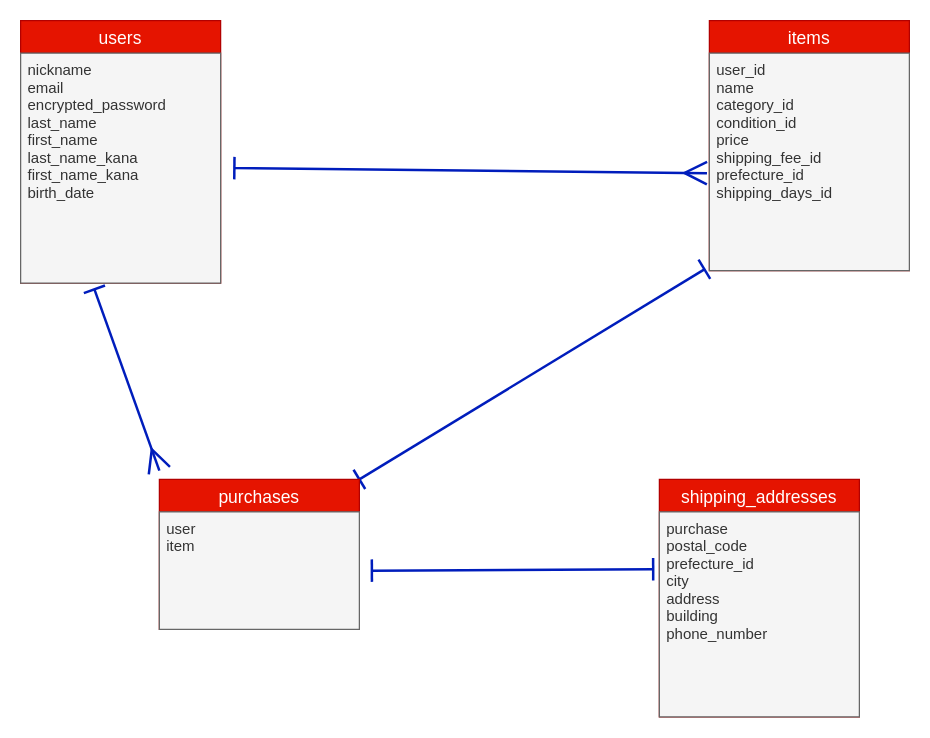
tomekichi49/furima-40920 keeps this draw.io diagram as ertest.dio. Above is the earlier version. Source tidied: cells renumbered, new cells numbered last; positions are measured from the earlier drawing's top-left corner, leaving out a move shared by most shapes. Both pictures are drawn from the tidied source at 125%, with x=0, y=0 at pixel (20, 20).
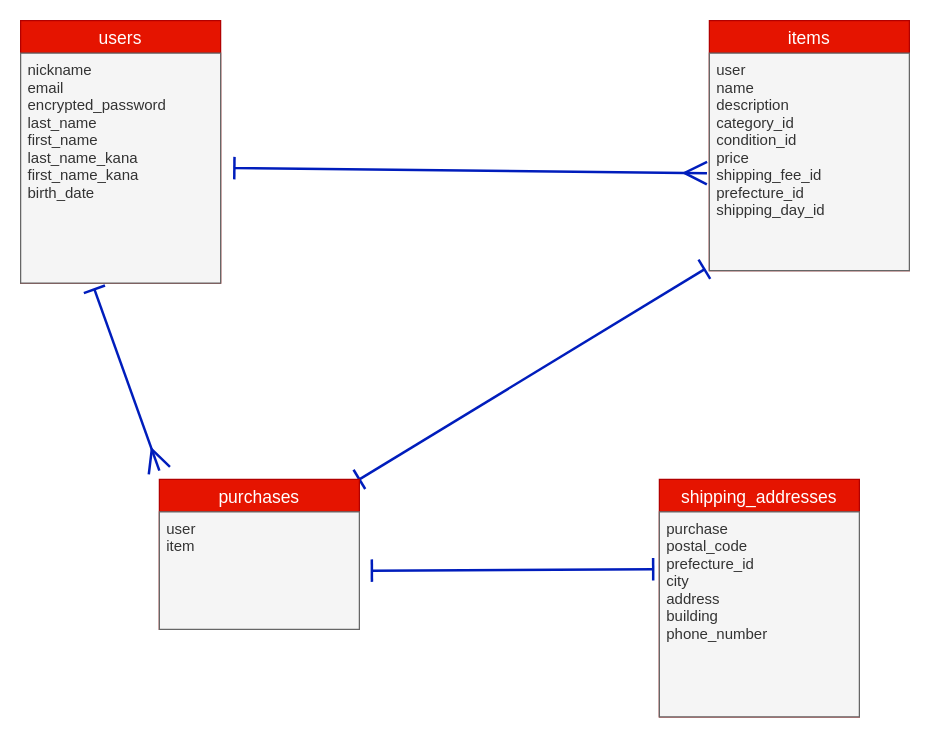
Above is the later version.

Commit message (it also covers changes not shown here):
データベース設計2

What changed in the source:
```diff
@@
 <mxGraphModel>
   <root>
     <mxCell id="0" />
     <mxCell id="1" parent="0" />
     <mxCell id="2" value="users" style="swimlane;fontStyle=0;horizontal=1;startSize=26;align=center;fontSize=14;fillColor=#e51400;fontColor=#ffffff;strokeColor=#B20000;" parent="1" vertex="1">
       <mxGeometry width="160" height="210" as="geometry" />
     </mxCell>
     <mxCell id="3" value="nickname&#10;email&#10;encrypted_password&#10;last_name&#10;first_name&#10;last_name_kana&#10;first_name_kana&#10;birth_date&#10;&#10;&#10;&#10;&#10;" style="text;spacingLeft=4;spacingRight=4;overflow=hidden;points=[[0,0.5],[1,0.5]];portConstraint=eastwest;fontSize=12;fillColor=#f5f5f5;fontColor=#333333;strokeColor=#666666;" parent="2" vertex="1">
       <mxGeometry y="26" width="160" height="184" as="geometry" />
     </mxCell>
     <mxCell id="4" value="items" style="swimlane;fontStyle=0;horizontal=1;startSize=26;align=center;fontSize=14;fillColor=#e51400;fontColor=#ffffff;strokeColor=#B20000;" parent="1" vertex="1">
       <mxGeometry x="551" width="160" height="200" as="geometry" />
     </mxCell>
-    <mxCell id="5" value="user_id&#10;name&#10;category_id&#10;condition_id&#10;price&#10;shipping_fee_id&#10;prefecture_id&#10;shipping_days_id" style="text;strokeColor=#666666;fillColor=#f5f5f5;spacingLeft=4;spacingRight=4;overflow=hidden;points=[[0,0.5],[1,0.5]];portConstraint=eastwest;fontSize=12;fontColor=#333333;" parent="4" vertex="1">
+    <mxCell id="5" value="user&#10;name&#10;description&#10;category_id&#10;condition_id&#10;price&#10;shipping_fee_id&#10;prefecture_id&#10;shipping_day_id" style="text;strokeColor=#666666;fillColor=#f5f5f5;spacingLeft=4;spacingRight=4;overflow=hidden;points=[[0,0.5],[1,0.5]];portConstraint=eastwest;fontSize=12;fontColor=#333333;" parent="4" vertex="1">
       <mxGeometry y="26" width="160" height="174" as="geometry" />
     </mxCell>
     <mxCell id="6" style="edgeStyle=none;html=1;strokeWidth=2;startArrow=baseDash;startFill=0;endArrow=baseDash;endFill=0;startSize=15;endSize=15;entryX=-0.025;entryY=0.994;entryDx=0;entryDy=0;entryPerimeter=0;exitX=1;exitY=0;exitDx=0;exitDy=0;fillColor=#0050ef;strokeColor=#001DBC;" parent="1" edge="1" source="8" target="5">
       <mxGeometry relative="1" as="geometry" />
     </mxCell>
     <mxCell id="7" style="edgeStyle=none;html=1;strokeWidth=2;startArrow=ERmany;startFill=0;endArrow=baseDash;endFill=0;startSize=15;endSize=15;entryX=0.369;entryY=1.027;entryDx=0;entryDy=0;entryPerimeter=0;fillColor=#0050ef;strokeColor=#001DBC;" parent="1" edge="1" target="3">
       <mxGeometry relative="1" as="geometry">
         <mxPoint x="111" y="360" as="sourcePoint" />
       </mxGeometry>
     </mxCell>
     <mxCell id="8" value="purchases" style="swimlane;fontStyle=0;horizontal=1;startSize=26;align=center;fontSize=14;fillColor=#e51400;fontColor=#ffffff;strokeColor=#B20000;" parent="1" vertex="1">
       <mxGeometry x="111" y="367" width="160" height="120" as="geometry" />
     </mxCell>
     <mxCell id="9" value="user&#10;item" style="text;strokeColor=#666666;fillColor=#f5f5f5;spacingLeft=4;spacingRight=4;overflow=hidden;fontSize=12;fontColor=#333333;" parent="8" vertex="1">
       <mxGeometry y="26" width="160" height="94" as="geometry" />
     </mxCell>
     <mxCell id="10" value="shipping_addresses" style="swimlane;fontStyle=0;horizontal=1;startSize=26;align=center;fontSize=14;fillColor=#e51400;fontColor=#ffffff;strokeColor=#B20000;" parent="1" vertex="1">
       <mxGeometry x="511" y="367" width="160" height="190" as="geometry" />
     </mxCell>
     <mxCell id="11" value="purchase&#10;postal_code&#10;prefecture_id&#10;city&#10;address&#10;building&#10;phone_number" style="text;strokeColor=#666666;fillColor=#f5f5f5;spacingLeft=4;spacingRight=4;overflow=hidden;points=[[0,0.5],[1,0.5]];portConstraint=eastwest;fontSize=12;fontColor=#333333;" parent="10" vertex="1">
       <mxGeometry y="26" width="160" height="164" as="geometry" />
     </mxCell>
     <mxCell id="12" style="edgeStyle=none;html=1;entryX=-0.012;entryY=0.552;entryDx=0;entryDy=0;entryPerimeter=0;endArrow=ERmany;endFill=0;startArrow=baseDash;startFill=0;strokeWidth=2;endSize=15;startSize=15;fillColor=#0050ef;strokeColor=#001DBC;" parent="1" edge="1" target="5">
       <mxGeometry relative="1" as="geometry">
         <mxPoint x="171" y="118" as="sourcePoint" />
       </mxGeometry>
     </mxCell>
     <mxCell id="13" style="edgeStyle=none;html=1;entryX=-0.031;entryY=0.28;entryDx=0;entryDy=0;entryPerimeter=0;strokeWidth=2;startArrow=baseDash;startFill=0;endArrow=baseDash;endFill=0;startSize=15;endSize=15;fillColor=#0050ef;strokeColor=#001DBC;" parent="1" edge="1" target="11">
       <mxGeometry relative="1" as="geometry">
         <mxPoint x="281" y="440" as="sourcePoint" />
       </mxGeometry>
     </mxCell>
   </root>
 </mxGraphModel>
```
